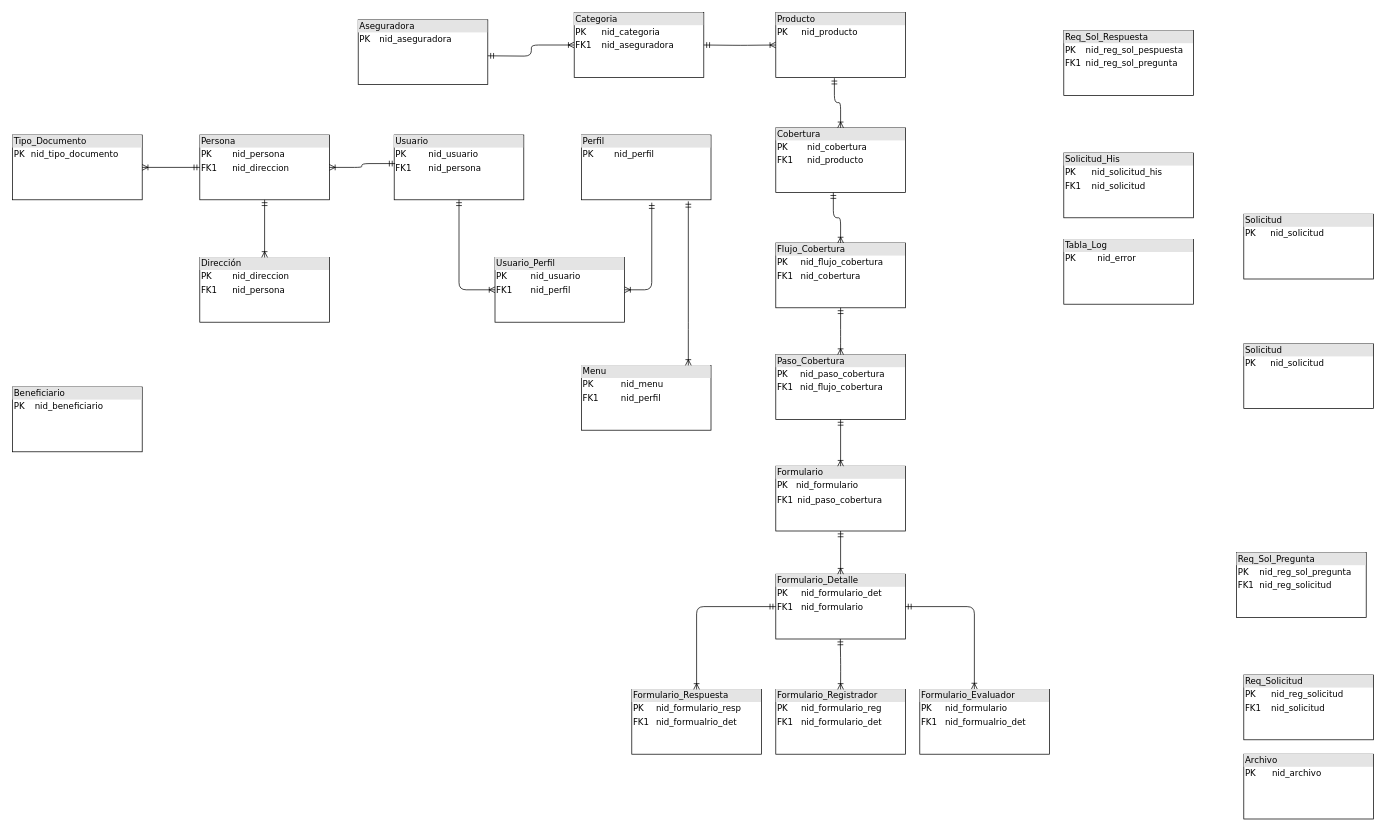
This is SINIESTROS/Diagrama sin título.drawio from alejandroarceefitec/EFICTEC, a draw.io file, before an edit. Source tidied: cells renumbered, new cells numbered last; positions are measured from the earlier drawing's top-left corner, leaving out a move shared by most shapes. Both pictures are drawn from the tidied source at 72%, with x=0, y=0 at pixel (12, 12).
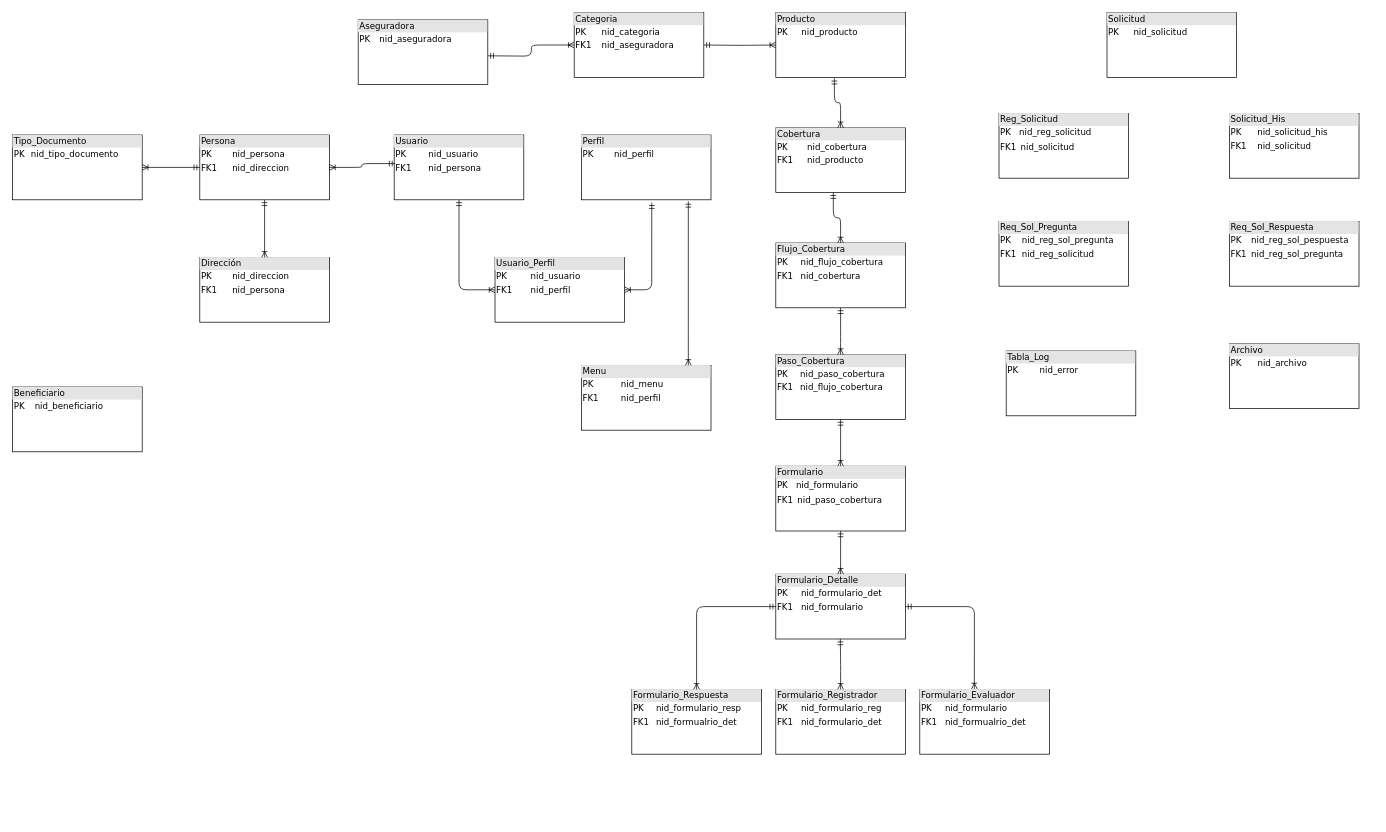
Above is the later version.

What changed in the source:
```diff
@@
-    <mxCell id="6" value="&lt;div style=&quot;box-sizing: border-box ; width: 100% ; background: #e4e4e4 ; padding: 2px&quot;&gt;Solicitud&lt;/div&gt;&lt;table style=&quot;width: 100% ; font-size: 1em&quot; cellpadding=&quot;2&quot; cellspacing=&quot;0&quot;&gt;&lt;tbody&gt;&lt;tr&gt;&lt;td&gt;PK&lt;/td&gt;&lt;td&gt;nid_solicitud&lt;/td&gt;&lt;/tr&gt;&lt;tr&gt;&lt;td&gt;&lt;br&gt;&lt;/td&gt;&lt;td&gt;&lt;br&gt;&lt;/td&gt;&lt;/tr&gt;&lt;tr&gt;&lt;td&gt;&lt;/td&gt;&lt;td&gt;&lt;br&gt;&lt;br&gt;&lt;/td&gt;&lt;/tr&gt;&lt;/tbody&gt;&lt;/table&gt;" style="verticalAlign=top;align=left;overflow=fill;html=1;rounded=0;shadow=0;comic=0;labelBackgroundColor=none;strokeWidth=1;fontFamily=Verdana;fontSize=12;" parent="1" vertex="1">
-      <mxGeometry x="1710" y="460" width="180" height="90" as="geometry" />
+    <mxCell id="6" value="&lt;div style=&quot;box-sizing: border-box ; width: 100% ; background: #e4e4e4 ; padding: 2px&quot;&gt;Reg_Solicitud&lt;/div&gt;&lt;table style=&quot;width: 100% ; font-size: 1em&quot; cellpadding=&quot;2&quot; cellspacing=&quot;0&quot;&gt;&lt;tbody&gt;&lt;tr&gt;&lt;td&gt;PK&lt;/td&gt;&lt;td&gt;nid_reg_solicitud&lt;/td&gt;&lt;/tr&gt;&lt;tr&gt;&lt;td&gt;FK1&lt;br&gt;&lt;/td&gt;&lt;td&gt;&lt;table cellpadding=&quot;2&quot; cellspacing=&quot;0&quot; style=&quot;font-size: 1em ; width: 179.2px&quot;&gt;&lt;tbody&gt;&lt;tr&gt;&lt;td&gt;nid_solicitud&lt;/td&gt;&lt;/tr&gt;&lt;tr&gt;&lt;/tr&gt;&lt;/tbody&gt;&lt;/table&gt;&lt;/td&gt;&lt;/tr&gt;&lt;tr&gt;&lt;td&gt;&lt;/td&gt;&lt;td&gt;&lt;br&gt;&lt;br&gt;&lt;/td&gt;&lt;/tr&gt;&lt;/tbody&gt;&lt;/table&gt;" style="verticalAlign=top;align=left;overflow=fill;html=1;rounded=0;shadow=0;comic=0;labelBackgroundColor=none;strokeWidth=1;fontFamily=Verdana;fontSize=12;" parent="1" vertex="1">
+      <mxGeometry x="1370" y="140" width="180" height="90" as="geometry" />
     </mxCell>
@@
     <mxCell id="22" value="&lt;div style=&quot;box-sizing: border-box ; width: 100% ; background: #e4e4e4 ; padding: 2px&quot;&gt;Archivo&lt;/div&gt;&lt;table style=&quot;width: 100% ; font-size: 1em&quot; cellpadding=&quot;2&quot; cellspacing=&quot;0&quot;&gt;&lt;tbody&gt;&lt;tr&gt;&lt;td&gt;PK&lt;/td&gt;&lt;td&gt;nid_archivo&lt;/td&gt;&lt;/tr&gt;&lt;tr&gt;&lt;td&gt;&lt;br&gt;&lt;/td&gt;&lt;td&gt;&lt;br&gt;&lt;/td&gt;&lt;/tr&gt;&lt;tr&gt;&lt;td&gt;&lt;/td&gt;&lt;td&gt;&lt;br&gt;&lt;/td&gt;&lt;/tr&gt;&lt;/tbody&gt;&lt;/table&gt;" style="verticalAlign=top;align=left;overflow=fill;html=1;rounded=0;shadow=0;comic=0;labelBackgroundColor=none;strokeWidth=1;fontFamily=Verdana;fontSize=12;" parent="1" vertex="1">
-      <mxGeometry x="1710" y="1030" width="180" height="90" as="geometry" />
+      <mxGeometry x="1690" y="460" width="180" height="90" as="geometry" />
     </mxCell>
     <mxCell id="23" value="&lt;div style=&quot;box-sizing: border-box ; width: 100% ; background: #e4e4e4 ; padding: 2px&quot;&gt;Tabla_Log&lt;/div&gt;&lt;table style=&quot;width: 100% ; font-size: 1em&quot; cellpadding=&quot;2&quot; cellspacing=&quot;0&quot;&gt;&lt;tbody&gt;&lt;tr&gt;&lt;td&gt;PK&lt;/td&gt;&lt;td&gt;nid_error&lt;/td&gt;&lt;/tr&gt;&lt;tr&gt;&lt;td&gt;&lt;br&gt;&lt;/td&gt;&lt;td&gt;&lt;br&gt;&lt;/td&gt;&lt;/tr&gt;&lt;tr&gt;&lt;td&gt;&lt;/td&gt;&lt;td&gt;&lt;br&gt;&lt;/td&gt;&lt;/tr&gt;&lt;/tbody&gt;&lt;/table&gt;" style="verticalAlign=top;align=left;overflow=fill;html=1;rounded=0;shadow=0;comic=0;labelBackgroundColor=none;strokeWidth=1;fontFamily=Verdana;fontSize=12;" parent="1" vertex="1">
-      <mxGeometry x="1460" y="315" width="180" height="90" as="geometry" />
+      <mxGeometry x="1380" y="470" width="180" height="90" as="geometry" />
     </mxCell>
     <mxCell id="24" value="&lt;div style=&quot;box-sizing: border-box ; width: 100% ; background: #e4e4e4 ; padding: 2px&quot;&gt;Req_Sol_Respuesta&lt;/div&gt;&lt;table style=&quot;width: 100% ; font-size: 1em&quot; cellpadding=&quot;2&quot; cellspacing=&quot;0&quot;&gt;&lt;tbody&gt;&lt;tr&gt;&lt;td&gt;PK&lt;/td&gt;&lt;td&gt;nid_reg_sol_pespuesta&lt;/td&gt;&lt;/tr&gt;&lt;tr&gt;&lt;td&gt;FK1&lt;/td&gt;&lt;td&gt;nid_reg_sol_pregunta&lt;br&gt;&lt;/td&gt;&lt;/tr&gt;&lt;tr&gt;&lt;td&gt;&lt;/td&gt;&lt;td&gt;&lt;br&gt;&lt;/td&gt;&lt;/tr&gt;&lt;/tbody&gt;&lt;/table&gt;" style="verticalAlign=top;align=left;overflow=fill;html=1;rounded=0;shadow=0;comic=0;labelBackgroundColor=none;strokeWidth=1;fontFamily=Verdana;fontSize=12;" parent="1" vertex="1">
-      <mxGeometry x="1460" y="25" width="180" height="90" as="geometry" />
+      <mxGeometry x="1690" y="290" width="180" height="90" as="geometry" />
     </mxCell>
     <mxCell id="25" value="&lt;div style=&quot;box-sizing: border-box ; width: 100% ; background: #e4e4e4 ; padding: 2px&quot;&gt;Req_Sol_Pregunta&lt;/div&gt;&lt;table style=&quot;width: 100% ; font-size: 1em&quot; cellpadding=&quot;2&quot; cellspacing=&quot;0&quot;&gt;&lt;tbody&gt;&lt;tr&gt;&lt;td&gt;PK&lt;/td&gt;&lt;td&gt;nid_reg_sol_pregunta&lt;/td&gt;&lt;/tr&gt;&lt;tr&gt;&lt;td&gt;FK1&lt;/td&gt;&lt;td&gt;nid_reg_solicitud&lt;/td&gt;&lt;/tr&gt;&lt;tr&gt;&lt;td&gt;&lt;/td&gt;&lt;td&gt;&lt;br&gt;&lt;/td&gt;&lt;/tr&gt;&lt;/tbody&gt;&lt;/table&gt;" style="verticalAlign=top;align=left;overflow=fill;html=1;rounded=0;shadow=0;comic=0;labelBackgroundColor=none;strokeWidth=1;fontFamily=Verdana;fontSize=12;" parent="1" vertex="1">
-      <mxGeometry x="1700" y="750" width="180" height="90" as="geometry" />
+      <mxGeometry x="1370" y="290" width="180" height="90" as="geometry" />
     </mxCell>
-    <mxCell id="26" value="&lt;div style=&quot;box-sizing: border-box ; width: 100% ; background: #e4e4e4 ; padding: 2px&quot;&gt;Req_Solicitud&lt;/div&gt;&lt;table style=&quot;width: 100% ; font-size: 1em&quot; cellpadding=&quot;2&quot; cellspacing=&quot;0&quot;&gt;&lt;tbody&gt;&lt;tr&gt;&lt;td&gt;PK&lt;/td&gt;&lt;td&gt;nid_reg_solicitud&lt;/td&gt;&lt;/tr&gt;&lt;tr&gt;&lt;td&gt;FK1&lt;/td&gt;&lt;td&gt;nid_solicitud&lt;/td&gt;&lt;/tr&gt;&lt;tr&gt;&lt;td&gt;&lt;/td&gt;&lt;td&gt;&lt;br&gt;&lt;/td&gt;&lt;/tr&gt;&lt;/tbody&gt;&lt;/table&gt;" style="verticalAlign=top;align=left;overflow=fill;html=1;rounded=0;shadow=0;comic=0;labelBackgroundColor=none;strokeWidth=1;fontFamily=Verdana;fontSize=12;" parent="1" vertex="1">
-      <mxGeometry x="1710" y="920" width="180" height="90" as="geometry" />
-    </mxCell>
     <mxCell id="27" value="&lt;div style=&quot;box-sizing: border-box ; width: 100% ; background: #e4e4e4 ; padding: 2px&quot;&gt;Solicitud_His&lt;/div&gt;&lt;table style=&quot;width: 100% ; font-size: 1em&quot; cellpadding=&quot;2&quot; cellspacing=&quot;0&quot;&gt;&lt;tbody&gt;&lt;tr&gt;&lt;td&gt;PK&lt;/td&gt;&lt;td&gt;nid_solicitud_his&lt;/td&gt;&lt;/tr&gt;&lt;tr&gt;&lt;td&gt;FK1&lt;/td&gt;&lt;td&gt;nid_solicitud&lt;br&gt;&lt;/td&gt;&lt;/tr&gt;&lt;tr&gt;&lt;td&gt;&lt;/td&gt;&lt;td&gt;&lt;br&gt;&lt;/td&gt;&lt;/tr&gt;&lt;/tbody&gt;&lt;/table&gt;" style="verticalAlign=top;align=left;overflow=fill;html=1;rounded=0;shadow=0;comic=0;labelBackgroundColor=none;strokeWidth=1;fontFamily=Verdana;fontSize=12;" parent="1" vertex="1">
-      <mxGeometry x="1460" y="195" width="180" height="90" as="geometry" />
+      <mxGeometry x="1690" y="140" width="180" height="90" as="geometry" />
     </mxCell>
     <mxCell id="28" value="&lt;div style=&quot;box-sizing: border-box ; width: 100% ; background: #e4e4e4 ; padding: 2px&quot;&gt;Solicitud&lt;/div&gt;&lt;table style=&quot;width: 100% ; font-size: 1em&quot; cellpadding=&quot;2&quot; cellspacing=&quot;0&quot;&gt;&lt;tbody&gt;&lt;tr&gt;&lt;td&gt;PK&lt;/td&gt;&lt;td&gt;nid_solicitud&lt;/td&gt;&lt;/tr&gt;&lt;tr&gt;&lt;td&gt;&lt;br&gt;&lt;/td&gt;&lt;td&gt;&lt;br&gt;&lt;/td&gt;&lt;/tr&gt;&lt;tr&gt;&lt;td&gt;&lt;/td&gt;&lt;td&gt;&lt;br&gt;&lt;/td&gt;&lt;/tr&gt;&lt;/tbody&gt;&lt;/table&gt;" style="verticalAlign=top;align=left;overflow=fill;html=1;rounded=0;shadow=0;comic=0;labelBackgroundColor=none;strokeWidth=1;fontFamily=Verdana;fontSize=12;" parent="1" vertex="1">
-      <mxGeometry x="1710" y="280" width="180" height="90" as="geometry" />
+      <mxGeometry x="1520" width="180" height="90" as="geometry" />
     </mxCell>
```
